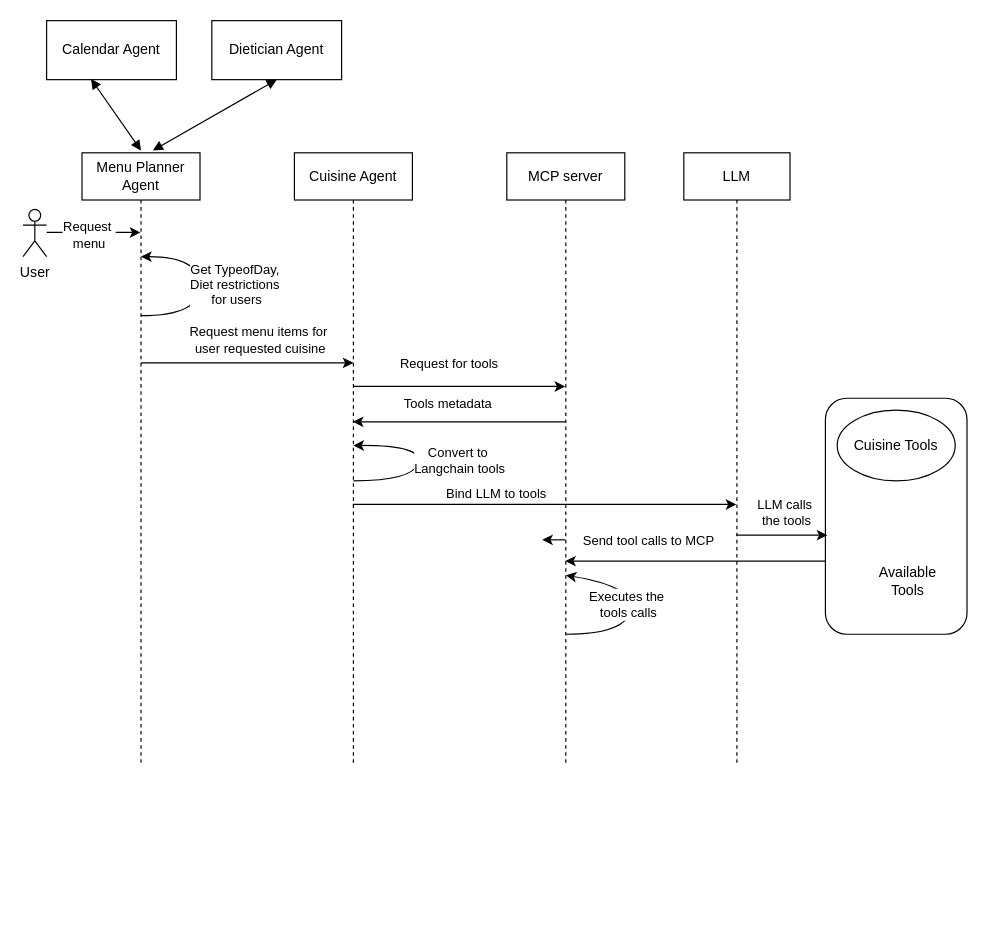
neha10roy/MyDeepResearchAgent keeps this draw.io diagram as page "AvailabilityAgent" (3 of 4) of Untitled Diagram.drawio. Above is the earlier version. Source tidied: cells renumbered, new cells numbered last; positions are measured from the earlier drawing's top-left corner, leaving out a move shared by most shapes. Both pictures are drawn from the tidied source at 118%, with x=0, y=0 at pixel (22, 20).
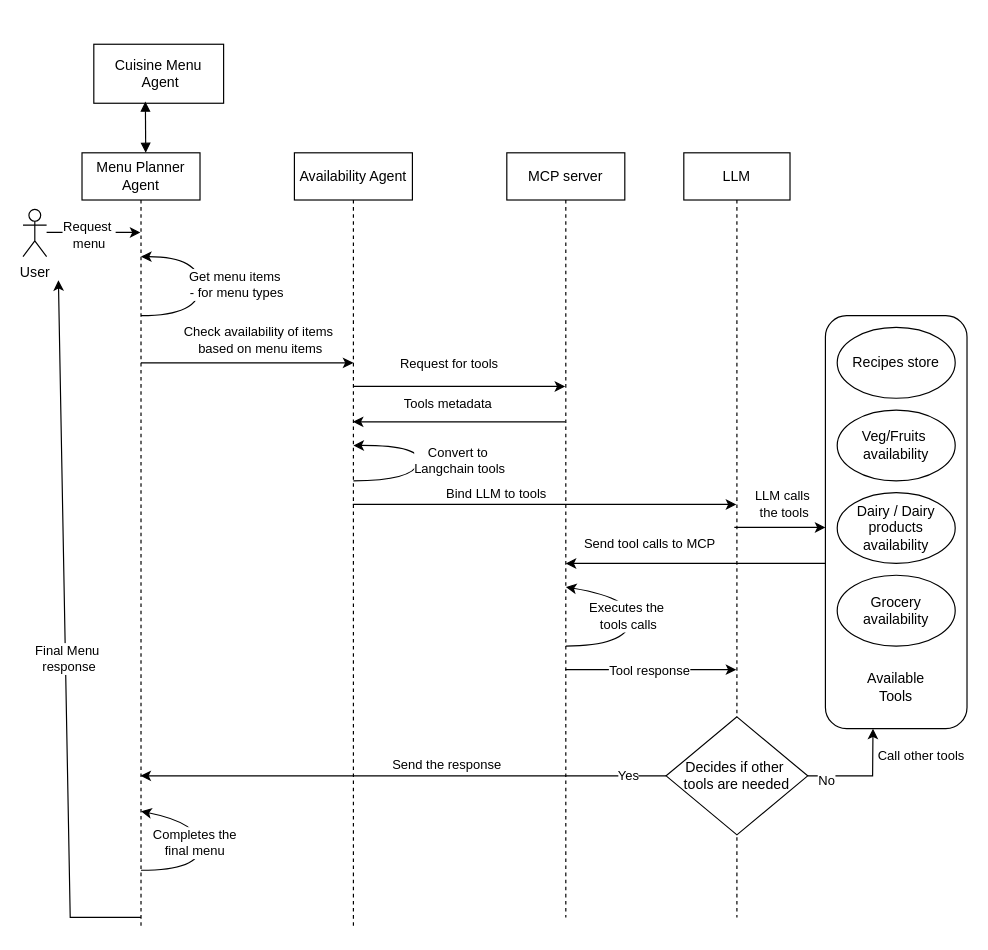
Above is the later version.

Unchanged cells that the change refers to:
```xml
<mxCell id="10" style="endArrow=classic;html=1;rounded=0;" parent="1" edge="1">
  <mxGeometry relative="1" as="geometry">
    <mxPoint x="100" y="290" as="sourcePoint" />
    <mxPoint x="280" y="290" as="targetPoint" />
  </mxGeometry>
</mxCell>
<mxCell id="15" style="curved=1;endArrow=classic;html=1;rounded=0;" parent="1" edge="1">
  <mxGeometry relative="1" as="geometry">
    <mxPoint x="100" y="250" as="sourcePoint" />
    <mxPoint x="99.5" y="200" as="targetPoint" />
    <Array as="points">
      <mxPoint x="150" y="250" />
      <mxPoint x="150" y="200" />
      <mxPoint x="100" y="200" />
    </Array>
  </mxGeometry>
</mxCell>
```

Change to the diagram source:
```diff
@@
     <mxCell id="2" value="Menu Planner Agent" style="shape=umlLifeline;perimeter=lifelinePerimeter;whiteSpace=wrap;html=1;outlineConnect=0;portConstraint=eastwest;newEdgeStyle={&quot;curved&quot;:0,&quot;rounded&quot;:0};" parent="1" vertex="1">
-      <mxGeometry x="50" y="112" width="100" height="518" as="geometry" />
+      <mxGeometry x="50" y="112" width="100" height="658" as="geometry" />
     </mxCell>
-    <mxCell id="3" value="Cuisine Agent" style="shape=umlLifeline;perimeter=lifelinePerimeter;whiteSpace=wrap;html=1;outlineConnect=0;portConstraint=eastwest;newEdgeStyle={&quot;curved&quot;:0,&quot;rounded&quot;:0};" parent="1" vertex="1">
-      <mxGeometry x="230" y="112" width="100" height="518" as="geometry" />
+    <mxCell id="3" value="Availability Agent" style="shape=umlLifeline;perimeter=lifelinePerimeter;whiteSpace=wrap;html=1;outlineConnect=0;portConstraint=eastwest;newEdgeStyle={&quot;curved&quot;:0,&quot;rounded&quot;:0};" parent="1" vertex="1">
+      <mxGeometry x="230" y="112" width="100" height="658" as="geometry" />
     </mxCell>
     <mxCell id="4" value="MCP server" style="shape=umlLifeline;perimeter=lifelinePerimeter;whiteSpace=wrap;html=1;outlineConnect=0;portConstraint=eastwest;newEdgeStyle={&quot;curved&quot;:0,&quot;rounded&quot;:0};" parent="1" vertex="1">
-      <mxGeometry x="410" y="112" width="100" height="518" as="geometry" />
+      <mxGeometry x="410" y="112" width="100" height="648" as="geometry" />
     </mxCell>
     <mxCell id="5" value="LLM" style="shape=umlLifeline;perimeter=lifelinePerimeter;whiteSpace=wrap;html=1;outlineConnect=0;portConstraint=eastwest;newEdgeStyle={&quot;curved&quot;:0,&quot;rounded&quot;:0};" parent="1" vertex="1">
-      <mxGeometry x="560" y="112" width="90" height="518" as="geometry" />
+      <mxGeometry x="560" y="112" width="90" height="648" as="geometry" />
     </mxCell>
-    <mxCell id="6" value="Calendar Agent" style="html=1;whiteSpace=wrap;" parent="1" vertex="1">
-      <mxGeometry x="20" width="110" height="50" as="geometry" />
+    <mxCell id="6" value="Cuisine Menu&lt;div&gt;&amp;nbsp;Agent&lt;/div&gt;" style="html=1;whiteSpace=wrap;" parent="1" vertex="1">
+      <mxGeometry x="60" y="20" width="110" height="50" as="geometry" />
     </mxCell>
-    <mxCell id="7" value="Dietician Agent" style="html=1;whiteSpace=wrap;" parent="1" vertex="1">
-      <mxGeometry x="160" width="110" height="50" as="geometry" />
-    </mxCell>
-    <mxCell id="8" style="endArrow=block;startArrow=block;endFill=1;startFill=1;html=1;rounded=0;exitX=0.342;exitY=0.987;exitDx=0;exitDy=0;exitPerimeter=0;" parent="1" edge="1" source="6">
+    <mxCell id="8" style="endArrow=block;startArrow=block;endFill=1;startFill=1;html=1;rounded=0;exitX=0.397;exitY=0.933;exitDx=0;exitDy=0;exitPerimeter=0;" parent="1" edge="1">
       <mxGeometry relative="1" as="geometry">
-        <mxPoint x="100" y="110" as="targetPoint" />
+        <mxPoint x="103.7" y="68.6" as="sourcePoint" />
+        <mxPoint x="104" y="112" as="targetPoint" />
       </mxGeometry>
     </mxCell>
-    <mxCell id="9" style="endArrow=block;startArrow=block;endFill=1;startFill=1;html=1;rounded=0;entryX=0.5;entryY=1;entryDx=0;entryDy=0;" parent="1" edge="1" target="7">
-      <mxGeometry relative="1" as="geometry">
-        <mxPoint x="110" y="110" as="sourcePoint" />
-      </mxGeometry>
-    </mxCell>
@@
-    <mxCell id="11" value="Request menu items for&amp;nbsp;&lt;div&gt;user requested cuisine&lt;/div&gt;" style="edgeLabel;html=1;align=center;verticalAlign=middle;" parent="10" vertex="1">
+    <mxCell id="11" value="Check availability of items&amp;nbsp;&lt;div&gt;based on menu items&lt;/div&gt;" style="edgeLabel;html=1;align=center;verticalAlign=middle;" parent="10" vertex="1">
       <mxGeometry x="0.11" y="-3" relative="1" as="geometry">
         <mxPoint y="-23" as="offset" />
       </mxGeometry>
     </mxCell>
@@
-    <mxCell id="16" value="Get TypeofDay,&amp;nbsp;&lt;div&gt;Diet restrictions&amp;nbsp;&lt;/div&gt;&lt;div&gt;for users&lt;/div&gt;" style="edgeLabel;html=1;align=center;verticalAlign=middle;" parent="15" vertex="1">
+    <mxCell id="16" value="Get menu items&amp;nbsp;&lt;div&gt;- for menu types&lt;/div&gt;" style="edgeLabel;html=1;align=center;verticalAlign=middle;" parent="15" vertex="1">
       <mxGeometry x="0.02" y="3" relative="1" as="geometry">
         <mxPoint x="33" as="offset" />
       </mxGeometry>
     </mxCell>
@@
     <mxCell id="25" style="rounded=1;whiteSpace=wrap;html=1;" parent="1" vertex="1">
-      <mxGeometry x="680" y="320" width="120" height="200" as="geometry" />
+      <mxGeometry x="680" y="250" width="120" height="350" as="geometry" />
     </mxCell>
     <mxCell id="26" value="Available Tools" style="text;html=1;align=center;verticalAlign=middle;whiteSpace=wrap;rounded=0;" parent="1" vertex="1">
-      <mxGeometry x="720" y="460" width="60" height="30" as="geometry" />
+      <mxGeometry x="710" y="550" width="60" height="30" as="geometry" />
     </mxCell>
-    <mxCell id="27" value="Cuisine Tools" style="ellipse;whiteSpace=wrap;html=1;" parent="1" vertex="1">
+    <mxCell id="27" value="Veg/Fruits&amp;nbsp; availability" style="ellipse;whiteSpace=wrap;html=1;" parent="1" vertex="1">
       <mxGeometry x="690" y="330" width="100" height="60" as="geometry" />
     </mxCell>
-    <mxCell id="28" style="endArrow=classic;html=1;rounded=0;entryX=0.014;entryY=0.58;entryDx=0;entryDy=0;entryPerimeter=0;" parent="1" edge="1" source="5" target="25">
-      <mxGeometry relative="1" as="geometry" />
+    <mxCell id="28" style="endArrow=classic;html=1;rounded=0;entryX=0.014;entryY=0.58;entryDx=0;entryDy=0;entryPerimeter=0;" parent="1" edge="1">
+      <mxGeometry relative="1" as="geometry">
+        <mxPoint x="602.8" y="429.5" as="sourcePoint" />
+        <mxPoint x="680" y="429.5" as="targetPoint" />
+      </mxGeometry>
     </mxCell>
@@
-    <mxCell id="30" style="endArrow=classic;html=1;rounded=0;exitX=-0.003;exitY=0.69;exitDx=0;exitDy=0;exitPerimeter=0;" parent="1" edge="1" source="25" target="4">
-      <mxGeometry relative="1" as="geometry" />
+    <mxCell id="30" style="endArrow=classic;html=1;rounded=0;exitX=-0.003;exitY=0.69;exitDx=0;exitDy=0;exitPerimeter=0;" parent="1" edge="1">
+      <mxGeometry relative="1" as="geometry">
+        <mxPoint x="680" y="460" as="sourcePoint" />
+        <mxPoint x="459.9" y="460" as="targetPoint" />
+      </mxGeometry>
     </mxCell>
@@
     <mxCell id="32" style="curved=1;endArrow=classic;html=1;rounded=0;" parent="1" edge="1">
       <mxGeometry relative="1" as="geometry">
-        <mxPoint x="460" y="520" as="sourcePoint" />
-        <mxPoint x="460" y="470" as="targetPoint" />
+        <mxPoint x="460" y="530" as="sourcePoint" />
+        <mxPoint x="460" y="480" as="targetPoint" />
         <Array as="points">
-          <mxPoint x="510" y="520" />
-          <mxPoint x="520" y="480" />
-          <mxPoint x="460" y="470" />
+          <mxPoint x="510" y="530" />
+          <mxPoint x="520" y="490" />
+          <mxPoint x="460" y="480" />
         </Array>
       </mxGeometry>
     </mxCell>
@@
-    <mxCell id="34" style="endArrow=classic;html=1;rounded=0;" parent="1" edge="1" source="4">
+    <mxCell id="34" style="endArrow=classic;html=1;rounded=0;" parent="1" edge="1">
       <mxGeometry relative="1" as="geometry">
-        <mxPoint x="440" y="440" as="targetPoint" />
+        <mxPoint x="459.5" y="550" as="sourcePoint" />
+        <mxPoint x="604.5" y="550" as="targetPoint" />
       </mxGeometry>
     </mxCell>
+    <mxCell id="35" value="Tool response" style="edgeLabel;html=1;align=center;verticalAlign=middle;" parent="34" vertex="1">
+      <mxGeometry x="-0.23" y="1" relative="1" as="geometry">
+        <mxPoint x="15" y="1" as="offset" />
+      </mxGeometry>
+    </mxCell>
+    <mxCell id="36" value="Dairy / Dairy products availability" style="ellipse;whiteSpace=wrap;html=1;" parent="1" vertex="1">
+      <mxGeometry x="690" y="400" width="100" height="60" as="geometry" />
+    </mxCell>
+    <mxCell id="37" value="Grocery availability" style="ellipse;whiteSpace=wrap;html=1;" parent="1" vertex="1">
+      <mxGeometry x="690" y="470" width="100" height="60" as="geometry" />
+    </mxCell>
+    <mxCell id="38" value="Recipes store" style="ellipse;whiteSpace=wrap;html=1;" parent="1" vertex="1">
+      <mxGeometry x="690" y="260" width="100" height="60" as="geometry" />
+    </mxCell>
+    <mxCell id="39" value="Decides if other&amp;nbsp;&lt;div&gt;tools are needed&lt;/div&gt;" style="rhombus;whiteSpace=wrap;html=1;" parent="1" vertex="1">
+      <mxGeometry x="545" y="590" width="120" height="100" as="geometry" />
+    </mxCell>
+    <mxCell id="40" style="endArrow=classic;html=1;rounded=0;entryX=0.336;entryY=1;entryDx=0;entryDy=0;entryPerimeter=0;" parent="1" edge="1" target="25">
+      <mxGeometry relative="1" as="geometry">
+        <mxPoint x="665" y="640" as="sourcePoint" />
+        <Array as="points">
+          <mxPoint x="720" y="640" />
+        </Array>
+      </mxGeometry>
+    </mxCell>
+    <mxCell id="41" value="No" style="edgeLabel;html=1;align=center;verticalAlign=middle;" parent="40" vertex="1">
+      <mxGeometry x="-0.26" y="-3" relative="1" as="geometry">
+        <mxPoint x="-20" as="offset" />
+      </mxGeometry>
+    </mxCell>
+    <mxCell id="42" value="Call other tools" style="edgeLabel;html=1;align=center;verticalAlign=middle;" parent="40" vertex="1">
+      <mxGeometry x="0.54" y="-1" relative="1" as="geometry">
+        <mxPoint x="39" as="offset" />
+      </mxGeometry>
+    </mxCell>
+    <mxCell id="43" style="endArrow=classic;html=1;rounded=0;exitX=0;exitY=0.5;exitDx=0;exitDy=0;" parent="1" edge="1" source="39" target="2">
+      <mxGeometry relative="1" as="geometry" />
+    </mxCell>
+    <mxCell id="44" value="Send the response" style="edgeLabel;html=1;align=center;verticalAlign=middle;" parent="43" vertex="1">
+      <mxGeometry x="-0.16" relative="1" as="geometry">
+        <mxPoint y="-10" as="offset" />
+      </mxGeometry>
+    </mxCell>
+    <mxCell id="45" value="Yes" style="edgeLabel;html=1;align=center;verticalAlign=middle;" parent="43" vertex="1">
+      <mxGeometry x="-0.85" y="-1" relative="1" as="geometry" />
+    </mxCell>
+    <mxCell id="46" style="curved=1;endArrow=classic;html=1;rounded=0;" parent="1" edge="1">
+      <mxGeometry relative="1" as="geometry">
+        <mxPoint x="100" y="720" as="sourcePoint" />
+        <mxPoint x="99.5" y="670" as="targetPoint" />
+        <Array as="points">
+          <mxPoint x="150" y="720" />
+          <mxPoint x="150" y="680" />
+          <mxPoint x="100" y="670" />
+        </Array>
+      </mxGeometry>
+    </mxCell>
+    <mxCell id="47" value="Completes the&amp;nbsp;&lt;div&gt;final menu&amp;nbsp;&lt;/div&gt;" style="edgeLabel;html=1;align=center;verticalAlign=middle;" parent="46" vertex="1">
+      <mxGeometry x="0.05" y="4" relative="1" as="geometry" />
+    </mxCell>
+    <mxCell id="48" style="endArrow=classic;html=1;rounded=0;" parent="1" edge="1">
+      <mxGeometry relative="1" as="geometry">
+        <mxPoint x="100" y="760" as="sourcePoint" />
+        <mxPoint x="30" y="220" as="targetPoint" />
+        <Array as="points">
+          <mxPoint x="40" y="760" />
+        </Array>
+      </mxGeometry>
+    </mxCell>
+    <mxCell id="49" value="Final Menu&amp;nbsp;&lt;div&gt;response&lt;/div&gt;" style="edgeLabel;html=1;align=center;verticalAlign=middle;" parent="48" vertex="1">
+      <mxGeometry x="-0.07" y="-3" relative="1" as="geometry" />
+    </mxCell>
```
